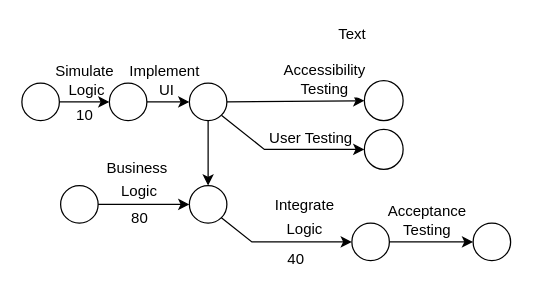
Earlier version of the draw.io diagram page "Simulator Split" (8 of 11) of _posts/_media_working_copies/IDesign/Network.drawio (farlee2121/DevEssentialsBlog). Source tidied: cells renumbered, new cells numbered last; positions are measured from the earlier drawing's top-left corner, leaving out a move shared by most shapes. Both pictures are drawn from the tidied source at 125%, with x=0, y=0 at pixel (21, 21).
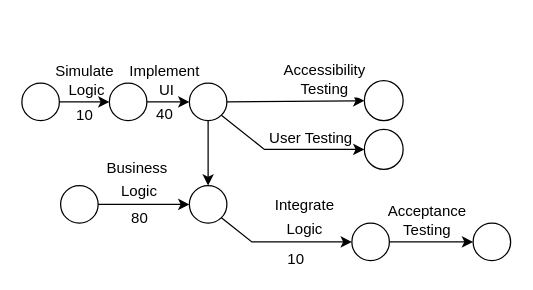
The same diagram, later.

The change refers to these unchanged cells:
```xml
<mxCell id="7" value="&lt;font style=&quot;font-size: 12px ; line-height: 120%&quot;&gt;Integrate&lt;br&gt;Logic&lt;br&gt;&lt;/font&gt;" style="edgeStyle=none;rounded=0;jettySize=auto;html=1;exitX=1;exitY=1;exitDx=0;exitDy=0;entryX=0;entryY=0.5;entryDx=0;entryDy=0;strokeColor=#000000;strokeWidth=1;fontSize=16;fontColor=#000000;labelPosition=center;verticalLabelPosition=top;align=center;verticalAlign=bottom;" parent="1" edge="1" source="3" target="6">
  <mxGeometry x="0.32" relative="1" as="geometry">
    <Array as="points">
      <mxPoint x="184" y="176" />
    </Array>
  </mxGeometry>
</mxCell>
<mxCell id="18" value="Implement&lt;br&gt;&amp;nbsp;UI" style="edgeStyle=none;rounded=0;jettySize=auto;html=1;labelBackgroundColor=none;strokeColor=#000000;strokeWidth=1;fontSize=12;fontColor=#000000;labelPosition=center;verticalLabelPosition=top;align=center;verticalAlign=bottom;entryX=0;entryY=0.5;entryDx=0;entryDy=0;" parent="1" edge="1" source="19" target="22">
  <mxGeometry x="-0.18" relative="1" as="geometry" />
</mxCell>
```

Change to the diagram source:
```diff
@@
-    <mxCell id="8" value="&lt;font style=&quot;font-size: 12px&quot;&gt;40&lt;/font&gt;" style="edgeLabel;html=1;align=center;verticalAlign=middle;fontSize=16;fontColor=#000000;" parent="7" vertex="1">
+    <mxCell id="8" value="&lt;font style=&quot;font-size: 12px&quot;&gt;10&lt;/font&gt;" style="edgeLabel;html=1;align=center;verticalAlign=middle;fontSize=16;fontColor=#000000;" parent="7" vertex="1">
       <mxGeometry x="0.47" y="-4" relative="1" as="geometry">
         <mxPoint x="-16" y="7" as="offset" />
       </mxGeometry>
     </mxCell>
@@
+    <mxCell id="23" value="40" style="edgeLabel;html=1;align=center;verticalAlign=middle;fontSize=12;" parent="18" vertex="1">
+      <mxGeometry x="-0.18" y="-10" relative="1" as="geometry">
+        <mxPoint x="-1" y="-1" as="offset" />
+      </mxGeometry>
+    </mxCell>
@@
-    <mxCell id="20" value="Text" style="text;html=1;align=center;verticalAlign=middle;fontSize=12;fontColor=#000000;" parent="1" vertex="1">
-      <mxGeometry x="244" width="40" height="20" as="geometry" />
-    </mxCell>
```
